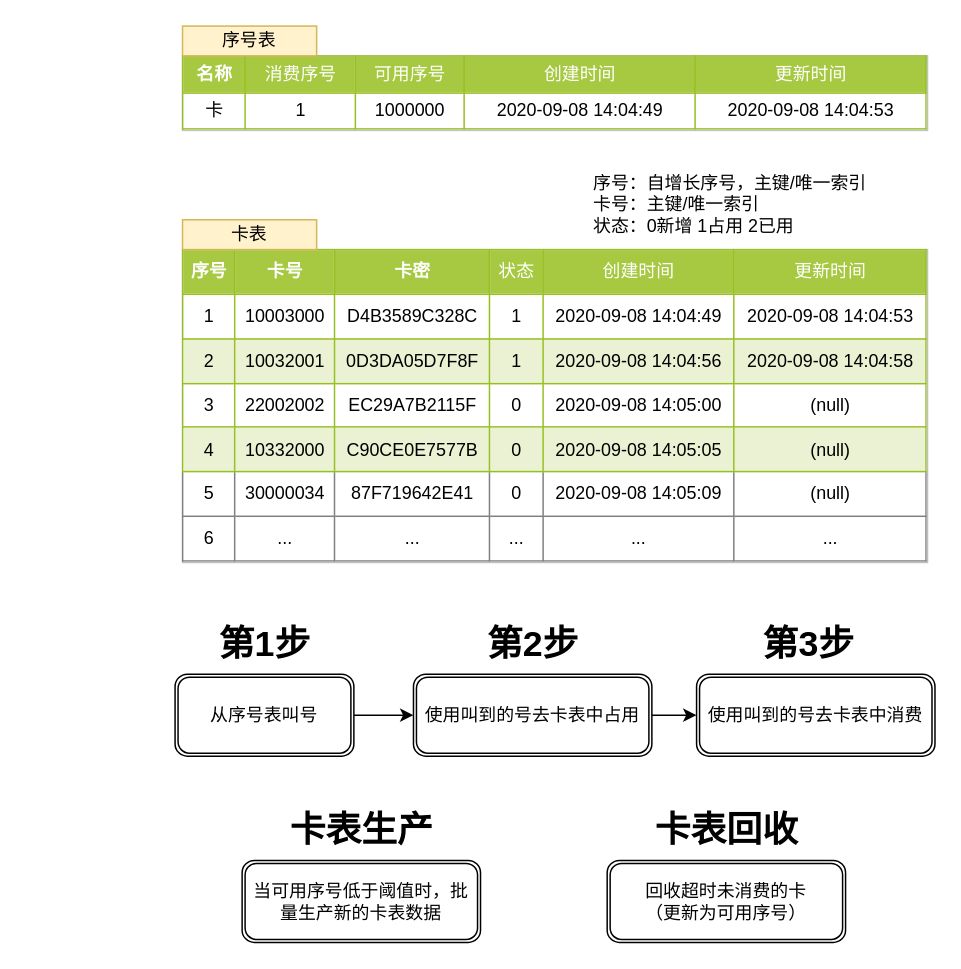
The draw.io diagram _scripts/rationale.drawio in bingoohuang/tannangquwu, before the edit. Source tidied: cells renumbered, new cells numbered last; positions are measured from the earlier drawing's top-left corner, leaving out a move shared by most shapes. Both pictures are drawn from the tidied source at 149%, with x=0, y=0 at pixel (174, 25).
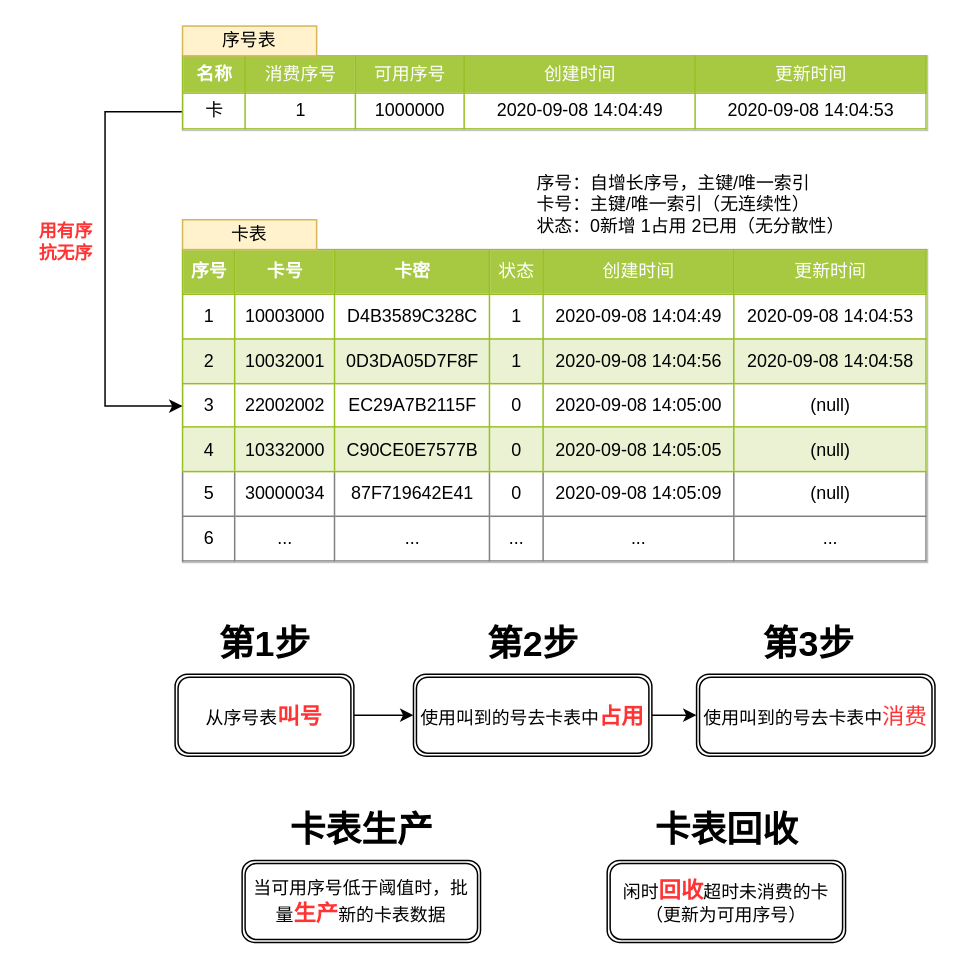
Above is the later version.

The change refers to these unchanged cells:
```xml
<mxCell id="2" value="&lt;table border=&quot;1&quot; width=&quot;100%&quot; cellpadding=&quot;4&quot; style=&quot;width: 100% ; height: 100% ; border-collapse: collapse&quot;&gt;&lt;tbody&gt;&lt;tr style=&quot;background-color: #a7c942 ; color: #ffffff ; border: 1px solid #98bf21&quot;&gt;&lt;th&gt;序号&lt;/th&gt;&lt;th&gt;卡号&lt;/th&gt;&lt;th&gt;卡密&lt;/th&gt;&lt;td&gt;状态&lt;/td&gt;&lt;td&gt;创建时间&lt;/td&gt;&lt;td&gt;更新时间&lt;/td&gt;&lt;/tr&gt;&lt;tr style=&quot;border: 1px solid #98bf21&quot;&gt;&lt;td&gt;1&lt;/td&gt;&lt;td&gt;10003000&lt;/td&gt;&lt;td&gt;D4B3589C328C&lt;/td&gt;&lt;td&gt;1&lt;/td&gt;&lt;td&gt;2020-09-08 14:04:49&lt;/td&gt;&lt;td&gt;2020-09-08 14:04:53&lt;/td&gt;&lt;/tr&gt;&lt;tr style=&quot;background-color: #eaf2d3 ; border: 1px solid #98bf21&quot;&gt;&lt;td&gt;2&lt;/td&gt;&lt;td&gt;10032001&lt;/td&gt;&lt;td&gt;0D3DA05D7F8F&lt;/td&gt;&lt;td&gt;1&lt;/td&gt;&lt;td&gt;2020-09-08 14:04:56&lt;/td&gt;&lt;td&gt;2020-09-08 14:04:58&lt;/td&gt;&lt;/tr&gt;&lt;tr style=&quot;border: 1px solid #98bf21&quot;&gt;&lt;td&gt;3&lt;/td&gt;&lt;td&gt;22002002&lt;/td&gt;&lt;td&gt;EC29A7B2115F&lt;/td&gt;&lt;td&gt;0&lt;/td&gt;&lt;td&gt;2020-09-08 14:05:00&lt;/td&gt;&lt;td&gt;(null)&lt;/td&gt;&lt;/tr&gt;&lt;tr style=&quot;background-color: #eaf2d3 ; border: 1px solid #98bf21&quot;&gt;&lt;td&gt;4&lt;/td&gt;&lt;td&gt;10332000&lt;/td&gt;&lt;td&gt;C90CE0E7577B&lt;/td&gt;&lt;td&gt;0&lt;/td&gt;&lt;td&gt;2020-09-08 14:05:05&lt;/td&gt;&lt;td&gt;(null)&lt;br&gt;&lt;/td&gt;&lt;/tr&gt;&lt;tr&gt;&lt;td&gt;5&lt;/td&gt;&lt;td&gt;30000034&lt;/td&gt;&lt;td&gt;87F719642E41&lt;br&gt;&lt;/td&gt;&lt;td&gt;0&lt;/td&gt;&lt;td&gt;2020-09-08 14:05:09&lt;/td&gt;&lt;td&gt;(null)&lt;br&gt;&lt;/td&gt;&lt;/tr&gt;&lt;tr&gt;&lt;td&gt;6&lt;/td&gt;&lt;td&gt;...&lt;/td&gt;&lt;td&gt;...&lt;/td&gt;&lt;td&gt;...&lt;/td&gt;&lt;td&gt;...&lt;/td&gt;&lt;td&gt;...&lt;/td&gt;&lt;/tr&gt;&lt;/tbody&gt;&lt;/table&gt;" style="text;html=1;strokeColor=#c0c0c0;fillColor=#ffffff;overflow=fill;rounded=0;align=center;" parent="1" vertex="1">
  <mxGeometry x="5" y="150" width="500" height="210" as="geometry" />
</mxCell>
<mxCell id="4" value="&lt;table border=&quot;1&quot; width=&quot;100%&quot; cellpadding=&quot;4&quot; style=&quot;width: 100% ; height: 100% ; border-collapse: collapse&quot;&gt;&lt;tbody&gt;&lt;tr style=&quot;background-color: #a7c942 ; color: #ffffff ; border: 1px solid #98bf21&quot;&gt;&lt;th&gt;名称&lt;/th&gt;&lt;td&gt;消费序号&lt;/td&gt;&lt;td&gt;可用序号&lt;/td&gt;&lt;td&gt;创建时间&lt;/td&gt;&lt;td&gt;更新时间&lt;/td&gt;&lt;/tr&gt;&lt;tr style=&quot;border: 1px solid #98bf21&quot;&gt;&lt;td&gt;卡&lt;/td&gt;&lt;td&gt;1&lt;/td&gt;&lt;td&gt;1000000&lt;/td&gt;&lt;td&gt;2020-09-08 14:04:49&lt;/td&gt;&lt;td&gt;2020-09-08 14:04:53&lt;/td&gt;&lt;/tr&gt;&lt;/tbody&gt;&lt;/table&gt;" style="text;html=1;strokeColor=#c0c0c0;fillColor=#ffffff;overflow=fill;rounded=0;align=center;" parent="1" vertex="1">
  <mxGeometry x="5" y="20" width="500" height="50" as="geometry" />
</mxCell>
```

The edit, as a diff of the source:
```diff
@@
-    <mxCell id="3" value="&lt;div&gt;序号：自增长序号，&lt;span&gt;主键/唯一索引&lt;/span&gt;&lt;/div&gt;&lt;div&gt;&lt;span style=&quot;&quot;&gt;卡号：主键/唯一索引&lt;/span&gt;&lt;/div&gt;&lt;div style=&quot;&quot;&gt;&lt;span&gt;状态：0新增 1占用 2已用&lt;/span&gt;&lt;/div&gt;" style="text;html=1;strokeColor=none;fillColor=none;align=left;verticalAlign=middle;whiteSpace=wrap;rounded=0;" parent="1" vertex="1">
-      <mxGeometry x="279" y="110" width="226" height="20" as="geometry" />
+    <mxCell id="3" value="&lt;div&gt;序号：自增长序号，&lt;span&gt;主键/唯一索引&lt;/span&gt;&lt;/div&gt;&lt;div&gt;&lt;span&gt;卡号：主键/唯一索引（无连续性）&lt;/span&gt;&lt;/div&gt;&lt;div&gt;&lt;span&gt;状态：0新增 1占用 2已用（无分散性）&lt;/span&gt;&lt;/div&gt;" style="text;html=1;strokeColor=none;fillColor=none;align=left;verticalAlign=middle;whiteSpace=wrap;rounded=0;" parent="1" vertex="1">
+      <mxGeometry x="241" y="110" width="264" height="20" as="geometry" />
     </mxCell>
+    <mxCell id="19" style="edgeStyle=orthogonalEdgeStyle;rounded=0;jettySize=auto;html=1;entryX=0;entryY=0.5;entryDx=0;entryDy=0;exitX=0;exitY=0.75;exitDx=0;exitDy=0;" parent="1" edge="1" source="4" target="2">
+      <mxGeometry relative="1" as="geometry">
+        <Array as="points">
+          <mxPoint x="-47" y="58" />
+          <mxPoint x="-47" y="255" />
+        </Array>
+      </mxGeometry>
+    </mxCell>
@@
-    <mxCell id="7" value="从序号表叫号" style="shape=ext;double=1;rounded=1;whiteSpace=wrap;html=1;" parent="1" vertex="1">
+    <mxCell id="7" value="从序号表&lt;font color=&quot;#ff3333&quot; size=&quot;1&quot;&gt;&lt;b style=&quot;font-size: 15px&quot;&gt;叫号&lt;/b&gt;&lt;/font&gt;" style="shape=ext;double=1;rounded=1;whiteSpace=wrap;html=1;" parent="1" vertex="1">
       <mxGeometry y="435" width="120" height="55" as="geometry" />
     </mxCell>
@@
-    <mxCell id="9" value="使用叫到的号去卡表中占用" style="shape=ext;double=1;rounded=1;whiteSpace=wrap;html=1;" parent="1" vertex="1">
+    <mxCell id="9" value="使用叫到的号去卡表中&lt;font style=&quot;font-size: 15px&quot; color=&quot;#ff3333&quot;&gt;&lt;b&gt;占用&lt;/b&gt;&lt;/font&gt;" style="shape=ext;double=1;rounded=1;whiteSpace=wrap;html=1;" parent="1" vertex="1">
       <mxGeometry x="160" y="435" width="160" height="55" as="geometry" />
     </mxCell>
-    <mxCell id="10" value="使用叫到的号去卡表中消费" style="shape=ext;double=1;rounded=1;whiteSpace=wrap;html=1;" parent="1" vertex="1">
+    <mxCell id="10" value="使用叫到的号去卡表中&lt;font style=&quot;font-size: 15px&quot; color=&quot;#ff3333&quot;&gt;消费&lt;/font&gt;" style="shape=ext;double=1;rounded=1;whiteSpace=wrap;html=1;" parent="1" vertex="1">
       <mxGeometry x="350" y="435" width="160" height="55" as="geometry" />
     </mxCell>
@@
-    <mxCell id="14" value="回收超时未消费的卡&lt;br&gt;（更新为可用序号）" style="shape=ext;double=1;rounded=1;whiteSpace=wrap;html=1;" parent="1" vertex="1">
+    <mxCell id="14" value="&lt;font style=&quot;font-size: 12px&quot;&gt;闲时&lt;/font&gt;&lt;b style=&quot;color: rgb(255 , 51 , 51) ; font-size: 15px&quot;&gt;回收&lt;/b&gt;超时未消费的卡&lt;br&gt;（更新为可用序号）" style="shape=ext;double=1;rounded=1;whiteSpace=wrap;html=1;" parent="1" vertex="1">
       <mxGeometry x="290" y="560" width="160" height="55" as="geometry" />
     </mxCell>
@@
-    <mxCell id="17" value="当可用序号低于阈值时，批量生产新的卡表数据" style="shape=ext;double=1;rounded=1;whiteSpace=wrap;html=1;" parent="1" vertex="1">
+    <mxCell id="17" value="当可用序号低于阈值时，批量&lt;font style=&quot;font-size: 15px&quot; color=&quot;#ff3333&quot;&gt;&lt;b&gt;生产&lt;/b&gt;&lt;/font&gt;新的卡表数据" style="shape=ext;double=1;rounded=1;whiteSpace=wrap;html=1;" parent="1" vertex="1">
       <mxGeometry x="45" y="560" width="160" height="55" as="geometry" />
     </mxCell>
@@
+    <mxCell id="20" value="用有序&lt;br&gt;抗无序" style="text;html=1;strokeColor=none;fillColor=none;align=center;verticalAlign=middle;whiteSpace=wrap;rounded=0;fontStyle=1;fontColor=#FF3333;" parent="1" vertex="1">
+      <mxGeometry x="-100" y="103" width="54" height="84" as="geometry" />
+    </mxCell>
```
